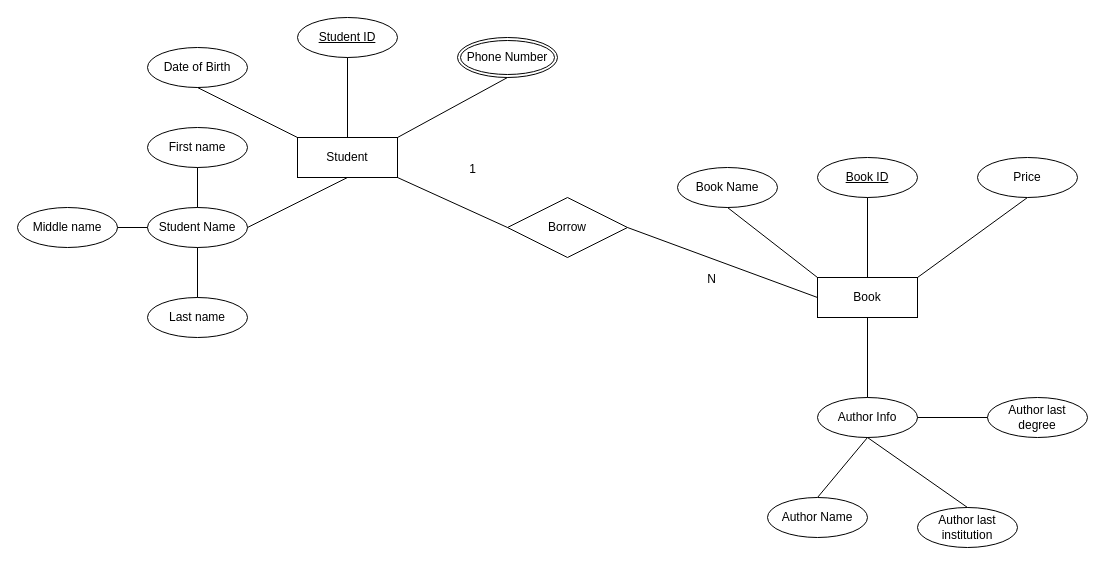
This is _drawio/Untitled Diagram.drawio from dead5hot/er_diagrams, a draw.io file, before an edit. Source tidied: cells renumbered, new cells numbered last; positions are measured from the earlier drawing's top-left corner, leaving out a move shared by most shapes. Both pictures are drawn from the tidied source at 100%, with x=0, y=0 at pixel (17, 17).
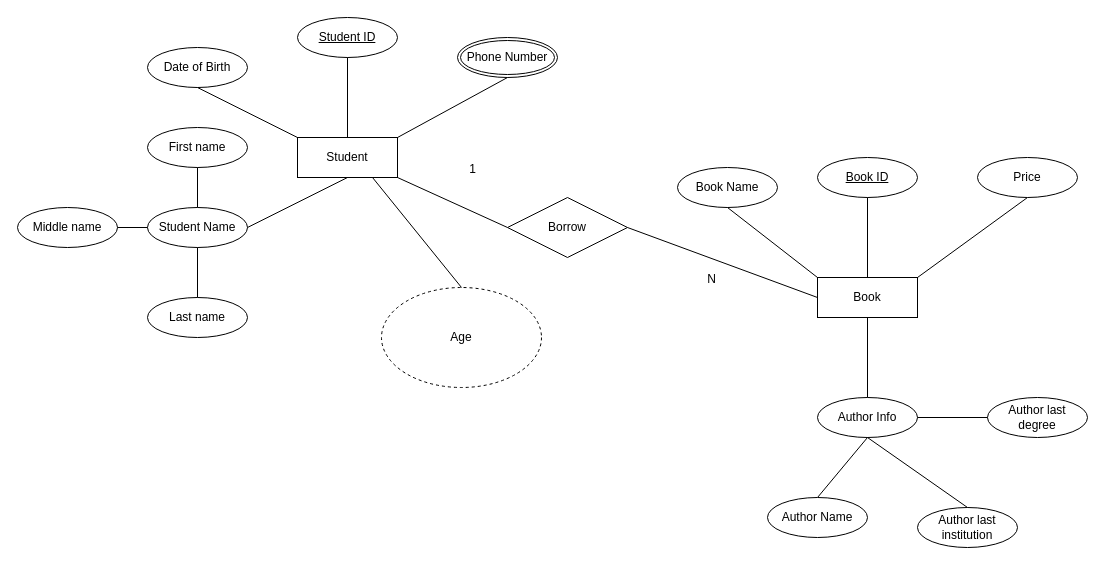
Above is the later version.

Unchanged cells that the change refers to:
```xml
<mxCell id="3" value="Student" style="whiteSpace=wrap;html=1;align=center;" parent="1" vertex="1">
  <mxGeometry x="280" y="120" width="100" height="40" as="geometry" />
</mxCell>
```

The edit, as a diff of the source:
```diff
@@
+    <mxCell id="37" value="Age" style="ellipse;whiteSpace=wrap;html=1;align=center;dashed=1;" parent="1" vertex="1">
+      <mxGeometry x="364" y="270" width="160" height="100" as="geometry" />
+    </mxCell>
+    <mxCell id="38" style="endArrow=none;html=1;rounded=0;entryX=0.5;entryY=0;entryDx=0;entryDy=0;exitX=0.75;exitY=1;exitDx=0;exitDy=0;" parent="1" edge="1" source="3" target="37">
+      <mxGeometry relative="1" as="geometry" />
+    </mxCell>
```
